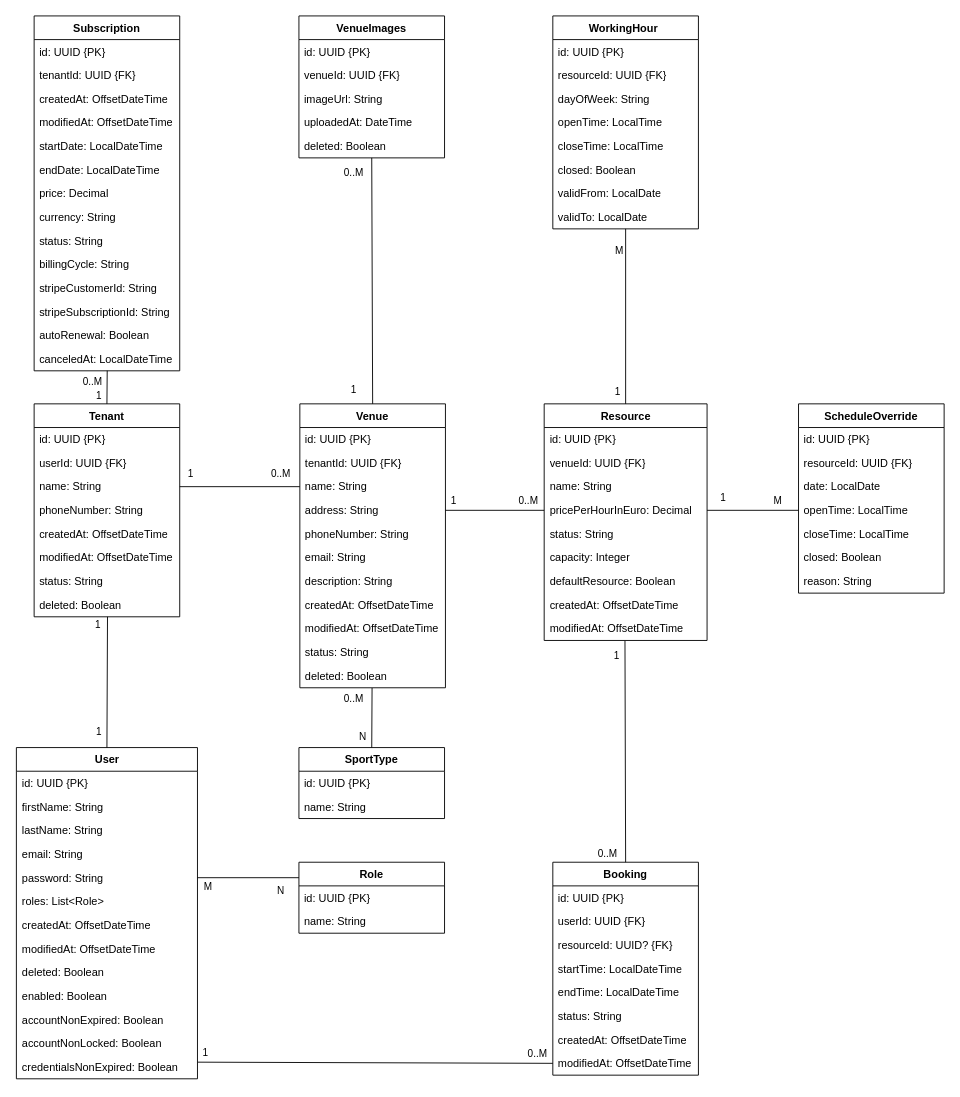
Above: Documents/Class Diagram/Atlas Sports Class Diagram.drawio in Gjxrgj/AtlasSports (draw.io), before the change. Source tidied: cells renumbered, new cells numbered last; positions are measured from the earlier drawing's top-left corner, leaving out a move shared by most shapes. Both pictures are drawn from the tidied source at 91%, with x=0, y=0 at pixel (15, 15).
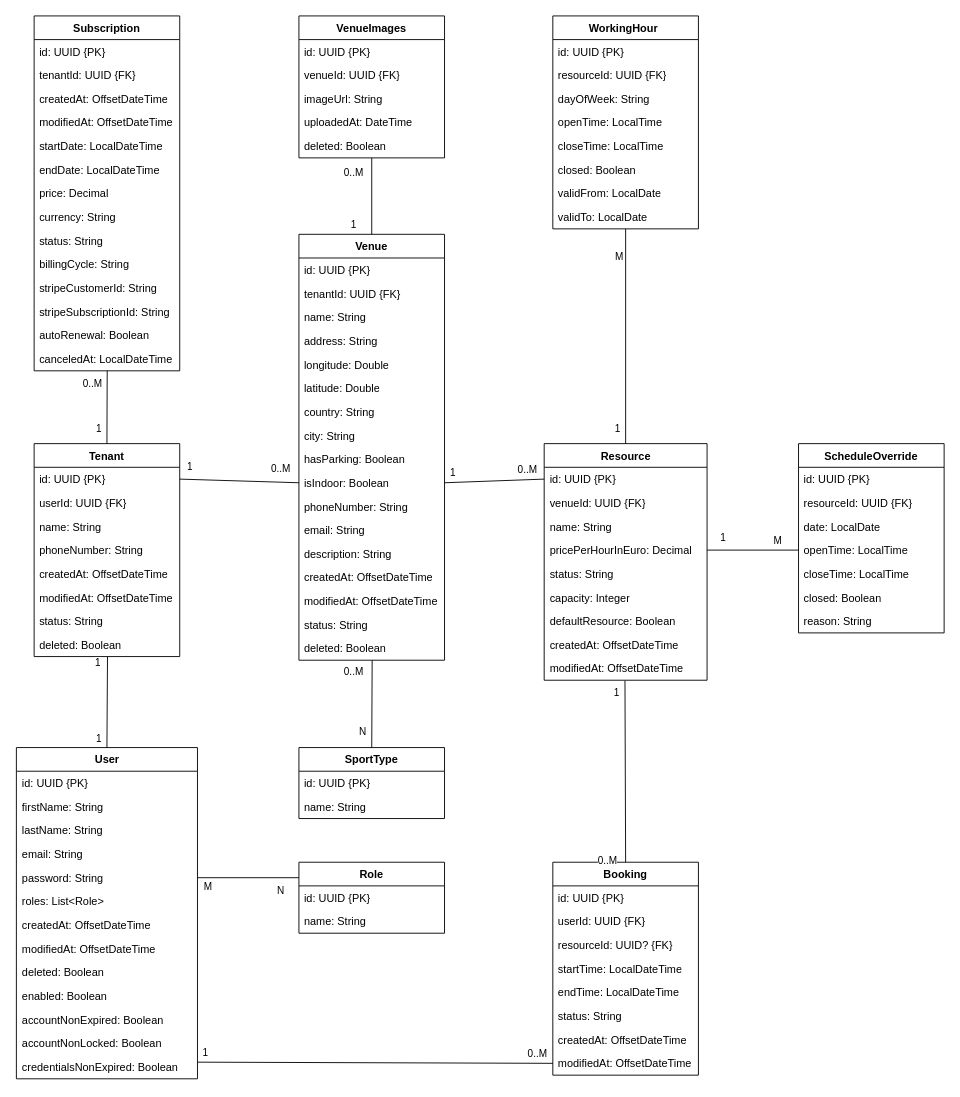
The same page after the edit.

Commit message (it also covers changes not shown here):
[AS-9] - Added the required fields to show venue on map. - Also updated the class diagram

Unchanged cells that the change refers to:
```xml
<mxCell id="26" value="id: UUID&amp;nbsp;{PK}" style="text;strokeColor=none;fillColor=none;align=left;verticalAlign=top;spacingLeft=4;spacingRight=4;overflow=hidden;points=[[0,0.5],[1,0.5]];portConstraint=eastwest;whiteSpace=wrap;html=1;" parent="25" vertex="1">
  <mxGeometry y="26" width="160" height="26" as="geometry" />
</mxCell>
<mxCell id="28" value="name: String" style="text;strokeColor=none;fillColor=none;align=left;verticalAlign=top;spacingLeft=4;spacingRight=4;overflow=hidden;points=[[0,0.5],[1,0.5]];portConstraint=eastwest;whiteSpace=wrap;html=1;" parent="25" vertex="1">
  <mxGeometry y="78" width="160" height="26" as="geometry" />
</mxCell>
<mxCell id="37" value="name: String" style="text;strokeColor=none;fillColor=none;align=left;verticalAlign=top;spacingLeft=4;spacingRight=4;overflow=hidden;points=[[0,0.5],[1,0.5]];portConstraint=eastwest;whiteSpace=wrap;html=1;" parent="34" vertex="1">
  <mxGeometry y="78" width="160" height="26" as="geometry" />
</mxCell>
<mxCell id="38" value="address: String" style="text;strokeColor=none;fillColor=none;align=left;verticalAlign=top;spacingLeft=4;spacingRight=4;overflow=hidden;points=[[0,0.5],[1,0.5]];portConstraint=eastwest;whiteSpace=wrap;html=1;" parent="34" vertex="1">
  <mxGeometry y="104" width="160" height="26" as="geometry" />
</mxCell>
<mxCell id="77" value="id: UUID&amp;nbsp;{PK}" style="text;strokeColor=none;fillColor=none;align=left;verticalAlign=top;spacingLeft=4;spacingRight=4;overflow=hidden;points=[[0,0.5],[1,0.5]];portConstraint=eastwest;whiteSpace=wrap;html=1;" parent="76" vertex="1">
  <mxGeometry y="26" width="179" height="26" as="geometry" />
</mxCell>
<mxCell id="80" value="pricePerHourInEuro: Decimal" style="text;strokeColor=none;fillColor=none;align=left;verticalAlign=top;spacingLeft=4;spacingRight=4;overflow=hidden;points=[[0,0.5],[1,0.5]];portConstraint=eastwest;whiteSpace=wrap;html=1;" parent="76" vertex="1">
  <mxGeometry y="104" width="179" height="26" as="geometry" />
</mxCell>
<mxCell id="86" value="SportType" style="swimlane;fontStyle=1;align=center;verticalAlign=top;horizontal=1;startSize=26;whiteSpace=wrap;html=1;" parent="1" vertex="1">
  <mxGeometry x="311" y="804" width="160" height="78" as="geometry" />
</mxCell>
<mxCell id="89" style="endArrow=none;html=1;rounded=0;entryX=0.5;entryY=0;entryDx=0;entryDy=0;exitX=0.5;exitY=1;exitDx=0;exitDy=0;exitPerimeter=0;" parent="1" edge="1" source="75" target="34">
  <mxGeometry relative="1" as="geometry" />
</mxCell>
```

What changed in the source:
```diff
@@
     <mxCell id="25" value="Tenant" style="swimlane;fontStyle=1;align=center;verticalAlign=top;horizontal=1;startSize=26;whiteSpace=wrap;html=1;" parent="1" vertex="1">
-      <mxGeometry x="20" y="426.3" width="160" height="234" as="geometry" />
+      <mxGeometry x="20" y="470" width="160" height="234" as="geometry" />
     </mxCell>
@@
     <mxCell id="34" value="Venue" style="swimlane;fontStyle=1;align=center;verticalAlign=top;horizontal=1;startSize=26;whiteSpace=wrap;html=1;" parent="1" vertex="1">
-      <mxGeometry x="312" y="426.3" width="160" height="312" as="geometry" />
+      <mxGeometry x="311" y="240" width="160" height="468" as="geometry" />
     </mxCell>
@@
+    <mxCell id="133" value="longitude: Double" style="text;strokeColor=none;fillColor=none;align=left;verticalAlign=top;spacingLeft=4;spacingRight=4;overflow=hidden;whiteSpace=wrap;html=1;" parent="34" vertex="1">
+      <mxGeometry y="130" width="160" height="26" as="geometry" />
+    </mxCell>
+    <mxCell id="134" value="latitude: Double" style="text;strokeColor=none;fillColor=none;align=left;verticalAlign=top;spacingLeft=4;spacingRight=4;overflow=hidden;whiteSpace=wrap;html=1;" parent="34" vertex="1">
+      <mxGeometry y="156" width="160" height="26" as="geometry" />
+    </mxCell>
+    <mxCell id="135" value="country: String" style="text;strokeColor=none;fillColor=none;align=left;verticalAlign=top;spacingLeft=4;spacingRight=4;overflow=hidden;whiteSpace=wrap;html=1;" parent="34" vertex="1">
+      <mxGeometry y="182" width="160" height="26" as="geometry" />
+    </mxCell>
+    <mxCell id="136" value="city: String" style="text;strokeColor=none;fillColor=none;align=left;verticalAlign=top;spacingLeft=4;spacingRight=4;overflow=hidden;whiteSpace=wrap;html=1;" parent="34" vertex="1">
+      <mxGeometry y="208" width="160" height="26" as="geometry" />
+    </mxCell>
+    <mxCell id="137" value="hasParking: Boolean" style="text;strokeColor=none;fillColor=none;align=left;verticalAlign=top;spacingLeft=4;spacingRight=4;overflow=hidden;whiteSpace=wrap;html=1;" parent="34" vertex="1">
+      <mxGeometry y="234" width="160" height="26" as="geometry" />
+    </mxCell>
+    <mxCell id="138" value="isIndoor: Boolean" style="text;strokeColor=none;fillColor=none;align=left;verticalAlign=top;spacingLeft=4;spacingRight=4;overflow=hidden;points=[[0,0.5],[1,0.5]];portConstraint=eastwest;whiteSpace=wrap;html=1;" parent="34" vertex="1">
+      <mxGeometry y="260" width="160" height="26" as="geometry" />
+    </mxCell>
     <mxCell id="39" value="phoneNumber: String" style="text;strokeColor=none;fillColor=none;align=left;verticalAlign=top;spacingLeft=4;spacingRight=4;overflow=hidden;whiteSpace=wrap;html=1;" parent="34" vertex="1">
-      <mxGeometry y="130" width="160" height="26" as="geometry" />
+      <mxGeometry y="286" width="160" height="26" as="geometry" />
     </mxCell>
     <mxCell id="40" value="email: String" style="text;strokeColor=none;fillColor=none;align=left;verticalAlign=top;spacingLeft=4;spacingRight=4;overflow=hidden;whiteSpace=wrap;html=1;" parent="34" vertex="1">
-      <mxGeometry y="156" width="160" height="26" as="geometry" />
+      <mxGeometry y="312" width="160" height="26" as="geometry" />
     </mxCell>
     <mxCell id="41" value="description: String" style="text;strokeColor=none;fillColor=none;align=left;verticalAlign=top;spacingLeft=4;spacingRight=4;overflow=hidden;whiteSpace=wrap;html=1;" parent="34" vertex="1">
-      <mxGeometry y="182" width="160" height="26" as="geometry" />
+      <mxGeometry y="338" width="160" height="26" as="geometry" />
     </mxCell>
     <mxCell id="42" value="createdAt: OffsetDateTime" style="text;strokeColor=none;fillColor=none;align=left;verticalAlign=top;spacingLeft=4;spacingRight=4;overflow=hidden;whiteSpace=wrap;html=1;" parent="34" vertex="1">
-      <mxGeometry y="208" width="160" height="26" as="geometry" />
+      <mxGeometry y="364" width="160" height="26" as="geometry" />
     </mxCell>
     <mxCell id="43" value="modifiedAt: OffsetDateTime" style="text;strokeColor=none;fillColor=none;align=left;verticalAlign=top;spacingLeft=4;spacingRight=4;overflow=hidden;whiteSpace=wrap;html=1;" parent="34" vertex="1">
-      <mxGeometry y="234" width="160" height="26" as="geometry" />
+      <mxGeometry y="390" width="160" height="26" as="geometry" />
     </mxCell>
     <mxCell id="44" value="status: String" style="text;strokeColor=none;fillColor=none;align=left;verticalAlign=top;spacingLeft=4;spacingRight=4;overflow=hidden;whiteSpace=wrap;html=1;" parent="34" vertex="1">
-      <mxGeometry y="260" width="160" height="26" as="geometry" />
+      <mxGeometry y="416" width="160" height="26" as="geometry" />
     </mxCell>
     <mxCell id="45" value="deleted: Boolean" style="text;strokeColor=none;fillColor=none;align=left;verticalAlign=top;spacingLeft=4;spacingRight=4;overflow=hidden;points=[[0,0.5],[1,0.5]];portConstraint=eastwest;whiteSpace=wrap;html=1;" parent="34" vertex="1">
-      <mxGeometry y="286" width="160" height="26" as="geometry" />
+      <mxGeometry y="442" width="160" height="26" as="geometry" />
     </mxCell>
@@
     <mxCell id="76" value="Resource" style="swimlane;fontStyle=1;align=center;verticalAlign=top;horizontal=1;startSize=26;whiteSpace=wrap;html=1;" parent="1" vertex="1">
-      <mxGeometry x="580.5" y="426.3" width="179" height="260" as="geometry" />
+      <mxGeometry x="580.5" y="470" width="179" height="260" as="geometry" />
     </mxCell>
@@
     <mxCell id="90" value="1" style="edgeLabel;html=1;align=center;verticalAlign=middle;" parent="89" vertex="1">
       <mxGeometry x="0.88" y="-2" relative="1" as="geometry">
-        <mxPoint x="-19" as="offset" />
+        <mxPoint x="-19" y="-6" as="offset" />
       </mxGeometry>
     </mxCell>
     <mxCell id="91" value="0..M" style="edgeLabel;html=1;align=center;verticalAlign=middle;" parent="89" vertex="1">
       <mxGeometry x="-0.88" relative="1" as="geometry">
-        <mxPoint x="-21" as="offset" />
+        <mxPoint x="-21" y="10" as="offset" />
       </mxGeometry>
     </mxCell>
-    <mxCell id="92" style="endArrow=none;html=1;rounded=0;entryX=0;entryY=0.5;entryDx=0;entryDy=0;exitX=1;exitY=0.5;exitDx=0;exitDy=0;" parent="1" edge="1" source="28" target="37">
+    <mxCell id="92" style="endArrow=none;html=1;rounded=0;entryX=0;entryY=0.5;entryDx=0;entryDy=0;exitX=1;exitY=0.5;exitDx=0;exitDy=0;" parent="1" edge="1" source="26" target="138">
       <mxGeometry relative="1" as="geometry" />
     </mxCell>
@@
-    <mxCell id="95" style="endArrow=none;html=1;rounded=0;exitX=0.5;exitY=0;exitDx=0;exitDy=0;entryX=0.496;entryY=1.01;entryDx=0;entryDy=0;entryPerimeter=0;" parent="1" edge="1" source="86" target="45">
+    <mxCell id="95" style="endArrow=none;html=1;rounded=0;exitX=0.5;exitY=0;exitDx=0;exitDy=0;entryX=0.503;entryY=1;entryDx=0;entryDy=0;entryPerimeter=0;" parent="1" edge="1" source="86" target="45">
       <mxGeometry relative="1" as="geometry" />
     </mxCell>
@@
-    <mxCell id="98" style="endArrow=none;html=1;rounded=0;entryX=1;entryY=0.5;entryDx=0;entryDy=0;exitX=0;exitY=0.5;exitDx=0;exitDy=0;" parent="1" edge="1" source="80" target="38">
+    <mxCell id="98" style="endArrow=none;html=1;rounded=0;entryX=1;entryY=0.5;entryDx=0;entryDy=0;exitX=0;exitY=0.5;exitDx=0;exitDy=0;" parent="1" edge="1" source="77" target="138">
       <mxGeometry relative="1" as="geometry" />
     </mxCell>
@@
     <mxCell id="122" value="ScheduleOverride" style="swimlane;fontStyle=1;align=center;verticalAlign=top;horizontal=1;startSize=26;whiteSpace=wrap;html=1;" parent="1" vertex="1">
-      <mxGeometry x="860" y="426.3" width="160" height="208" as="geometry" />
+      <mxGeometry x="860" y="470" width="160" height="208" as="geometry" />
     </mxCell>
```
